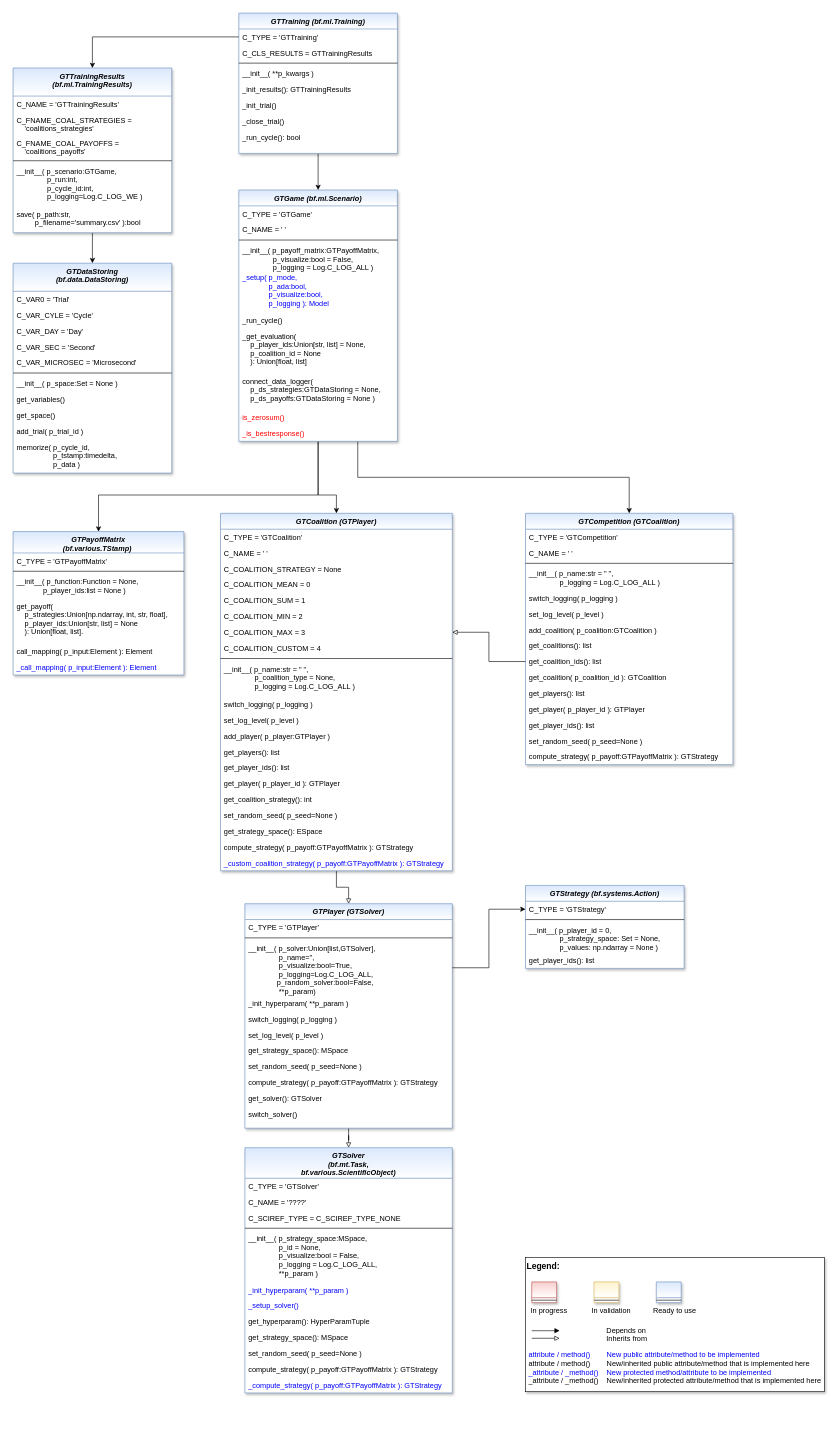
Before: doc/rtd/content/04_appendices/appendix2/sub/core/mlpro_gt/images/MLPro-GT-Native_class_diagram.drawio in fhswf/MLPro, a draw.io diagram. Source tidied: cells renumbered, new cells numbered last; positions are measured from the earlier drawing's top-left corner, leaving out a move shared by most shapes. Both pictures are drawn from the tidied source at 61%, with x=0, y=0 at pixel (13, 13).
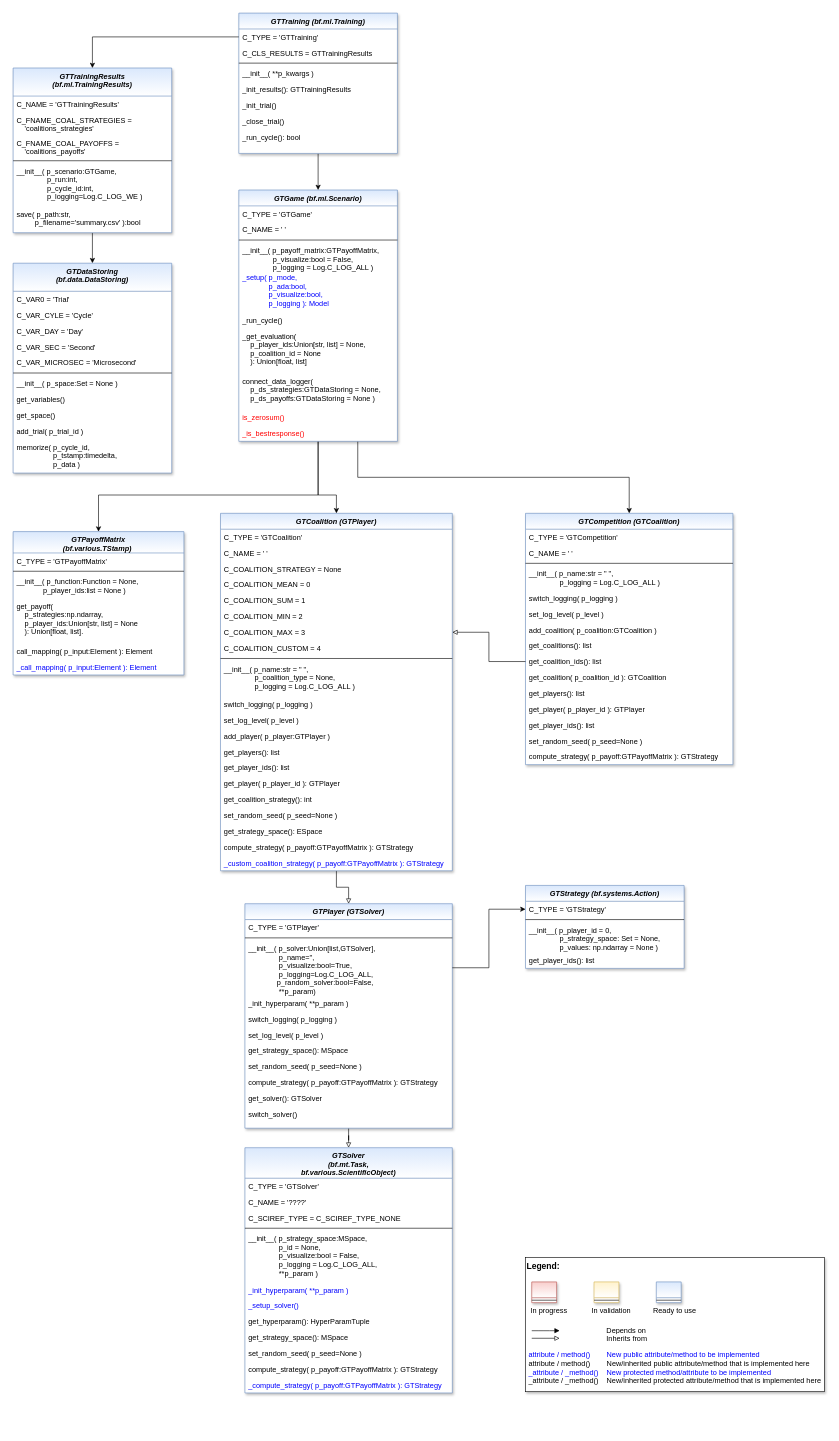
The same page after the edit.

Commit message (it also covers changes not shown here):
GT: Enhancement of GTStrategy #774

The change refers to these unchanged cells:
```xml
<mxCell id="80" value="GTPayoffMatrix&#10;(bf.various.TStamp) " style="swimlane;fontStyle=3;align=center;verticalAlign=top;horizontal=1;startSize=35;rounded=0;shadow=1;strokeWidth=1;fillColor=#dae8fc;strokeColor=#6c8ebf;swimlaneFillColor=#ffffff;gradientColor=#FFFFFF;" parent="1" vertex="1">
  <mxGeometry y="850" width="280" height="235" as="geometry" />
</mxCell>
```

Diff of the diagram source:
```diff
@@
-    <mxCell id="84" value="get_payoff(&#10;    p_strategies:Union[np.ndarray, int, str, float],&#10;    p_player_ids:Union[str, list] = None&#10;    ): Union[float, list]." style="text;align=left;verticalAlign=top;spacingLeft=4;spacingRight=4;overflow=hidden;" parent="80" vertex="1">
+    <mxCell id="84" value="get_payoff(&#10;    p_strategies:np.ndarray,&#10;    p_player_ids:Union[str, list] = None&#10;    ): Union[float, list]." style="text;align=left;verticalAlign=top;spacingLeft=4;spacingRight=4;overflow=hidden;" parent="80" vertex="1">
       <mxGeometry y="109" width="280" height="74" as="geometry" />
     </mxCell>
```
